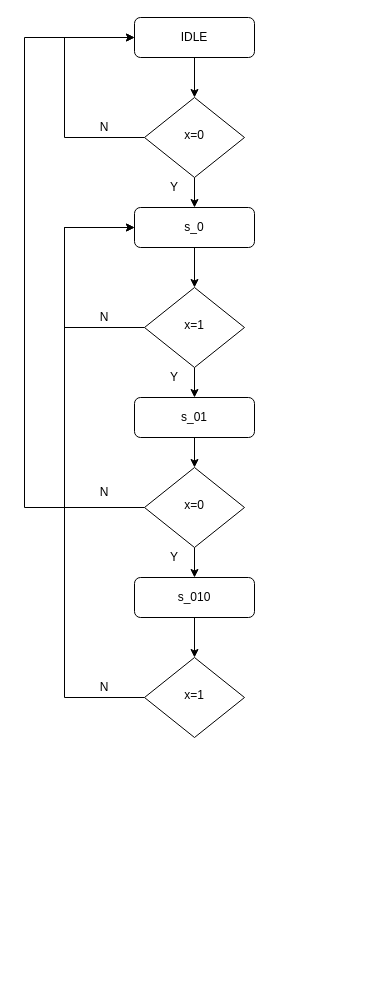
Katharine-0331/files keeps this draw.io diagram as state_machine_flow.drawio. Above is the earlier version. Source tidied: cells renumbered, new cells numbered last; positions are measured from the earlier drawing's top-left corner, leaving out a move shared by most shapes. Both pictures are drawn from the tidied source at 100%, with x=0, y=0 at pixel (24, 17).
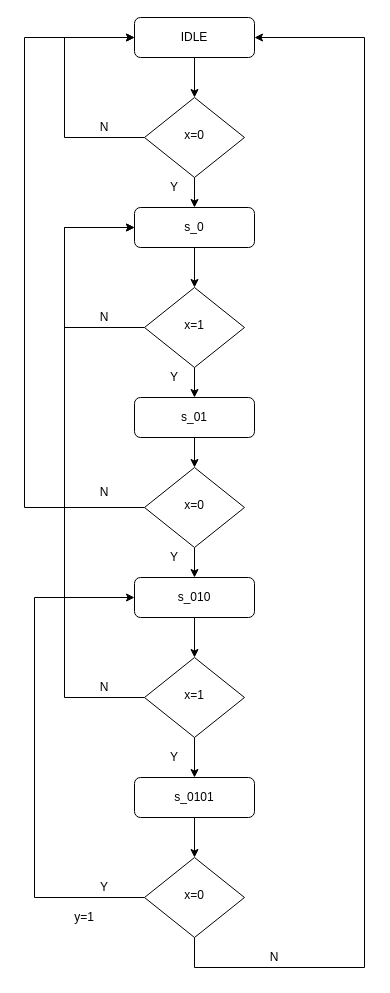
Above is the later version.

The change refers to these unchanged cells:
```xml
<mxCell id="3" value="IDLE" style="rounded=1;whiteSpace=wrap;html=1;fontSize=12;glass=0;strokeWidth=1;shadow=0;" parent="1" vertex="1">
  <mxGeometry x="110" width="120" height="40" as="geometry" />
</mxCell>
<mxCell id="23" value="s_010" style="rounded=1;whiteSpace=wrap;html=1;fontSize=12;glass=0;strokeWidth=1;shadow=0;" parent="1" vertex="1">
  <mxGeometry x="110" y="560" width="120" height="40" as="geometry" />
</mxCell>
<mxCell id="26" value="x=1" style="rhombus;whiteSpace=wrap;html=1;shadow=0;fontFamily=Helvetica;fontSize=12;align=center;strokeWidth=1;spacing=6;spacingTop=-4;" parent="1" vertex="1">
  <mxGeometry x="120" y="640" width="100" height="80" as="geometry" />
</mxCell>
```

The edit, as a diff of the source:
```diff
@@
+    <mxCell id="28" style="edgeStyle=orthogonalEdgeStyle;rounded=0;jettySize=auto;html=1;" parent="1" edge="1" source="26" target="30">
+      <mxGeometry relative="1" as="geometry" />
+    </mxCell>
@@
+    <mxCell id="29" style="edgeStyle=orthogonalEdgeStyle;rounded=0;jettySize=auto;html=1;" parent="1" edge="1" source="30" target="33">
+      <mxGeometry relative="1" as="geometry" />
+    </mxCell>
+    <mxCell id="30" value="s_0101" style="rounded=1;whiteSpace=wrap;html=1;fontSize=12;glass=0;strokeWidth=1;shadow=0;" parent="1" vertex="1">
+      <mxGeometry x="110" y="760" width="120" height="40" as="geometry" />
+    </mxCell>
+    <mxCell id="31" style="edgeStyle=orthogonalEdgeStyle;rounded=0;jettySize=auto;html=1;exitX=0;exitY=0.5;exitDx=0;exitDy=0;entryX=0;entryY=0.5;entryDx=0;entryDy=0;" parent="1" edge="1" source="33" target="23">
+      <mxGeometry relative="1" as="geometry">
+        <Array as="points">
+          <mxPoint x="10" y="880" />
+          <mxPoint x="10" y="580" />
+        </Array>
+      </mxGeometry>
+    </mxCell>
+    <mxCell id="32" style="edgeStyle=orthogonalEdgeStyle;rounded=0;jettySize=auto;html=1;exitX=0.5;exitY=1;exitDx=0;exitDy=0;entryX=1;entryY=0.5;entryDx=0;entryDy=0;" parent="1" edge="1" source="33" target="3">
+      <mxGeometry relative="1" as="geometry">
+        <Array as="points">
+          <mxPoint x="170" y="950" />
+          <mxPoint x="340" y="950" />
+          <mxPoint x="340" y="20" />
+        </Array>
+      </mxGeometry>
+    </mxCell>
+    <mxCell id="33" value="x=0" style="rhombus;whiteSpace=wrap;html=1;shadow=0;fontFamily=Helvetica;fontSize=12;align=center;strokeWidth=1;spacing=6;spacingTop=-4;" parent="1" vertex="1">
+      <mxGeometry x="120" y="840" width="100" height="80" as="geometry" />
+    </mxCell>
+    <mxCell id="34" value="Y" style="text;html=1;strokeColor=none;fillColor=none;align=center;verticalAlign=middle;whiteSpace=wrap;rounded=0;" parent="1" vertex="1">
+      <mxGeometry x="60" y="860" width="40" height="20" as="geometry" />
+    </mxCell>
+    <mxCell id="35" value="N" style="text;html=1;strokeColor=none;fillColor=none;align=center;verticalAlign=middle;whiteSpace=wrap;rounded=0;" parent="1" vertex="1">
+      <mxGeometry x="230" y="930" width="40" height="20" as="geometry" />
+    </mxCell>
+    <mxCell id="36" value="y=1" style="text;html=1;strokeColor=none;fillColor=none;align=center;verticalAlign=middle;whiteSpace=wrap;rounded=0;" parent="1" vertex="1">
+      <mxGeometry x="40" y="890" width="40" height="20" as="geometry" />
+    </mxCell>
+    <mxCell id="37" value="Y" style="text;html=1;strokeColor=none;fillColor=none;align=center;verticalAlign=middle;whiteSpace=wrap;rounded=0;" parent="1" vertex="1">
+      <mxGeometry x="130" y="730" width="40" height="20" as="geometry" />
+    </mxCell>
```
